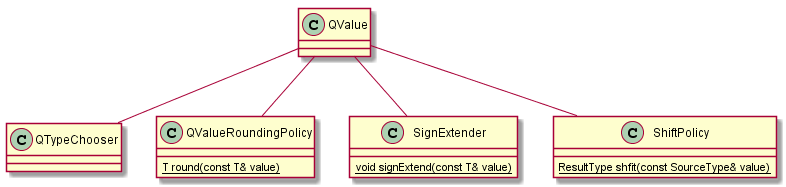
Above: uml/qformat/qformat_class.png in intel/cppnnml (PlantUML), before the change. The source it was exported from:
```plantuml
@startuml qformat_class

class QTypeChooser {
}

class QValueRoundingPolicy {
{static} T round(const T& value)
}

class SignExtender {
{static} void signExtend(const T& value)
}

class ShiftPolicy {
{static} ResultType shfit(const SourceType& value)
}

class QValue {
}

QValue -- QTypeChooser
QValue -- QValueRoundingPolicy
QValue -- SignExtender
QValue -- ShiftPolicy

@enduml
```
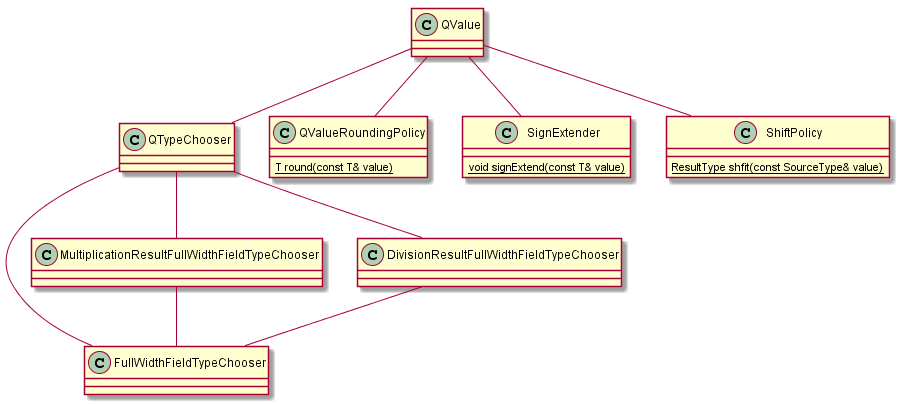
After the commit.

Commit message:
Add more detail for QValue.

Diff of the diagram source:
```diff
@@ -1,6 +1,15 @@
 @startuml qformat_class
 
 class QTypeChooser {
+}
+
+class FullWidthFieldTypeChooser {
+}
+
+class MultiplicationResultFullWidthFieldTypeChooser {
+}
+
+class DivisionResultFullWidthFieldTypeChooser {
 }
 
 class QValueRoundingPolicy {
@@ -19,6 +28,11 @@
 }
 
 QValue -- QTypeChooser
+QTypeChooser -- FullWidthFieldTypeChooser
+QTypeChooser -- MultiplicationResultFullWidthFieldTypeChooser
+QTypeChooser -- DivisionResultFullWidthFieldTypeChooser
+MultiplicationResultFullWidthFieldTypeChooser -- FullWidthFieldTypeChooser
+DivisionResultFullWidthFieldTypeChooser -- FullWidthFieldTypeChooser
 QValue -- QValueRoundingPolicy
 QValue -- SignExtender
 QValue -- ShiftPolicy
```
